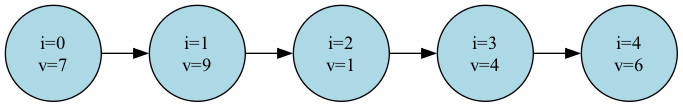
Before: NodeViz_Project/llworking.png, a diagram exported from Graphviz (hemal0303/NodeViz). Its source is kept beside it as NodeViz_Project/llworking.dot.
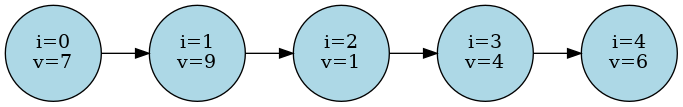
Later version of the same file.

What changed in the source:
```diff
@@ -14,31 +14,31 @@
   color=black
 ];
 
-4340924624 [
+139647096357072 [
   label="i=0\nv=7"
 ];
-4340924656 [
+139647096357104 [
   label="i=1\nv=9"
 ];
-4340924688 [
+139647096357136 [
   label="i=2\nv=1"
 ];
-4340924720 [
+139647096357168 [
   label="i=3\nv=4"
 ];
-4340924752 [
+139647096357200 [
   label="i=4\nv=6"
 ];
-4340924624 -> 4340924656 [
+139647096357072 -> 139647096357104 [
 
 ];
-4340924656 -> 4340924688 [
+139647096357104 -> 139647096357136 [
 
 ];
-4340924688 -> 4340924720 [
+139647096357136 -> 139647096357168 [
 
 ];
-4340924720 -> 4340924752 [
+139647096357168 -> 139647096357200 [
 
 ];
 }
```
